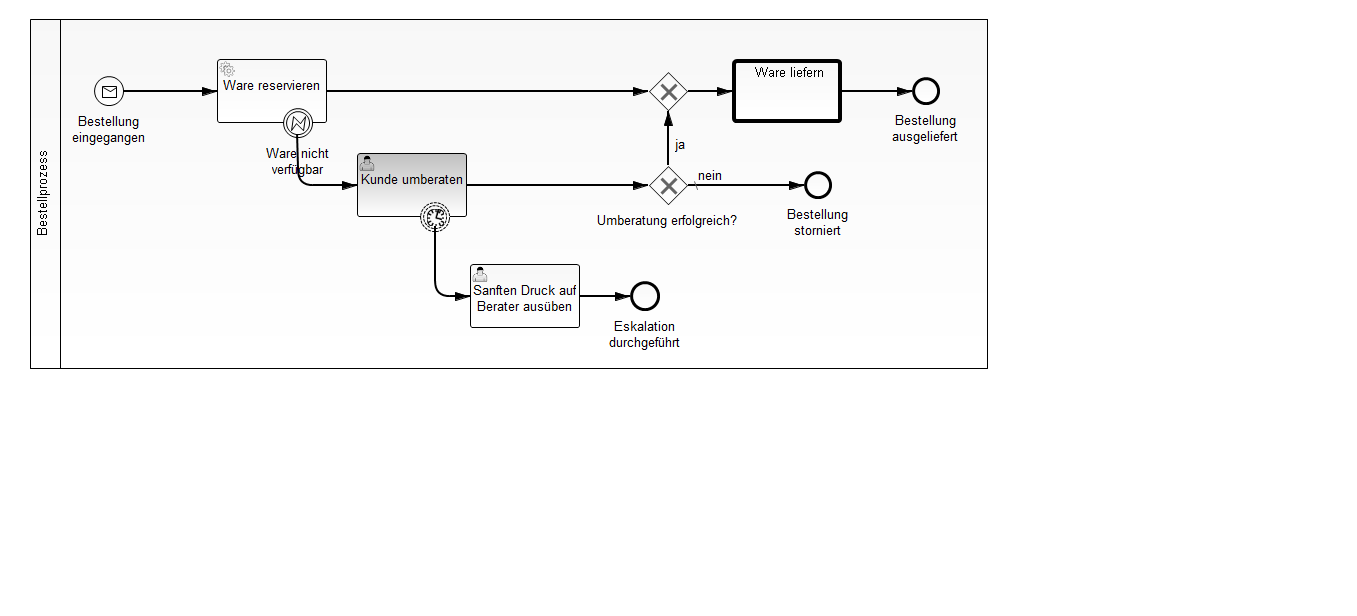
camunda-consulting/camunda-7-code-examples keeps this BPMN diagram as bestellprozess-java-ee6/src/main/resources/Bestellprozess.png. Above is the earlier version. Its source is kept beside it as bestellprozess-java-ee6/src/main/resources/Bestellprozess.bpmn. Ids are renumbered.
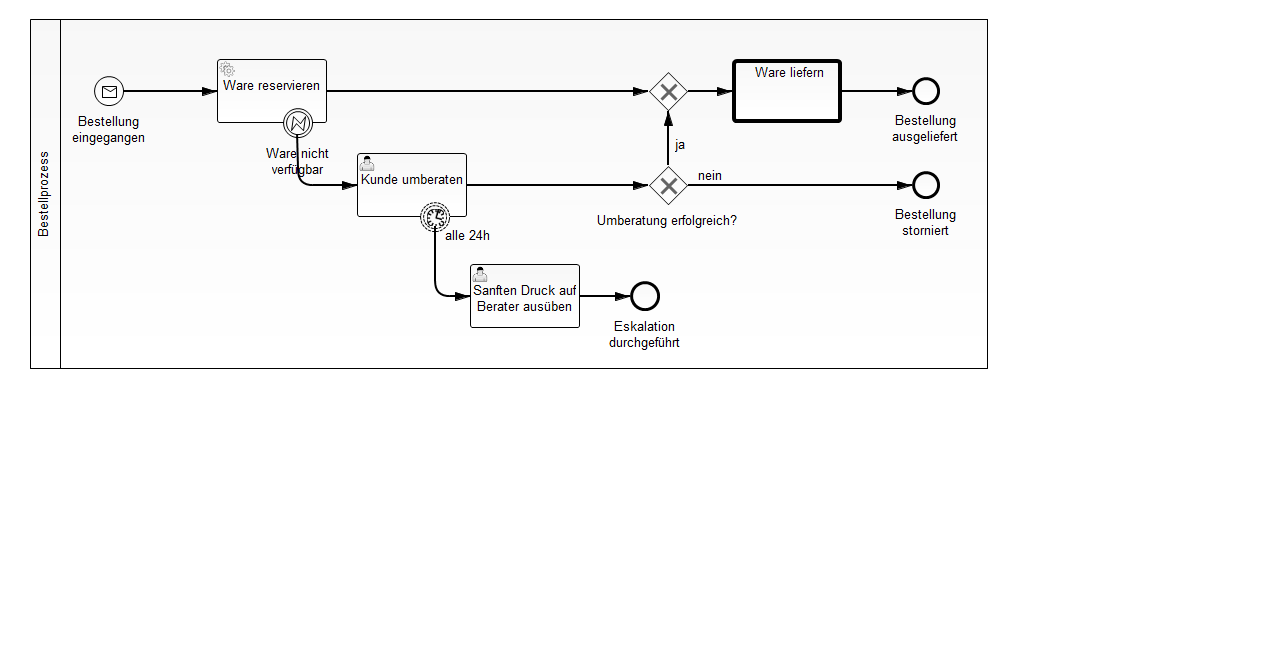
The same file after the commit.

What changed in the source:
```diff
@@ -18,9 +18,9 @@
         <flowNodeRef>usertask-eskalation</flowNodeRef>
         <flowNodeRef>EndEvent_1</flowNodeRef>
         <flowNodeRef>ExclusiveGateway_2</flowNodeRef>
-        <flowNodeRef>auftrag-storniert</flowNodeRef>
         <flowNodeRef>ExclusiveGateway_1</flowNodeRef>
         <flowNodeRef>CallActivity_1</flowNodeRef>
+        <flowNodeRef>auftrag-storniert</flowNodeRef>
       </lane>
     </laneSet>
     <serviceTask id="ServiceTask_2" activiti:expression="#{orderService.reserveGoods()}" name="Ware reservieren" implementation="webService">
@@ -46,7 +46,7 @@
     </startEvent>
     <sequenceFlow id="SequenceFlow_4" isImmediate="true" sourceRef="StartEvent_1" targetRef="ServiceTask_2"/>
     <sequenceFlow id="SequenceFlow_1" name="" sourceRef="ServiceTask_2" targetRef="ExclusiveGateway_1"/>
-    <boundaryEvent id="BoundaryEvent_2" name="" attachedToRef="kunde-umberaten" cancelActivity="false">
+    <boundaryEvent id="BoundaryEvent_2" name="alle 24h" attachedToRef="kunde-umberaten" cancelActivity="false">
       <outgoing>SequenceFlow_3</outgoing>
       <timerEventDefinition id="TimerEventDefinition_1">
         <timeDuration xsi:type="tFormalExpression">PT10S</timeDuration>
@@ -61,18 +61,17 @@
       <incoming>SequenceFlow_5</incoming>
     </endEvent>
     <sequenceFlow id="SequenceFlow_5" sourceRef="usertask-eskalation" targetRef="EndEvent_1"/>
-    <exclusiveGateway id="ExclusiveGateway_2" name="Umberatung erfolgreich?" gatewayDirection="Diverging" default="SequenceFlow_12">
+    <exclusiveGateway id="ExclusiveGateway_2" name="Umberatung erfolgreich?" gatewayDirection="Diverging">
       <incoming>SequenceFlow_6</incoming>
       <outgoing>SequenceFlow_12</outgoing>
       <outgoing>SequenceFlow_14</outgoing>
     </exclusiveGateway>
-    <sequenceFlow id="SequenceFlow_12" name="nein" isImmediate="true" sourceRef="ExclusiveGateway_2" targetRef="auftrag-storniert"/>
+    <sequenceFlow id="SequenceFlow_12" name="nein" isImmediate="true" sourceRef="ExclusiveGateway_2" targetRef="auftrag-storniert">
+      <conditionExpression xsi:type="tFormalExpression">#{umberatung!='erfolgreich'}</conditionExpression>
+    </sequenceFlow>
     <sequenceFlow id="SequenceFlow_14" name="ja" isImmediate="true" sourceRef="ExclusiveGateway_2" targetRef="ExclusiveGateway_1">
       <conditionExpression xsi:type="tFormalExpression" id="FormalExpression_1">#{umberatung=='erfolgreich'}</conditionExpression>
     </sequenceFlow>
-    <endEvent id="auftrag-storniert" name="Bestellung&#xA;storniert">
-      <incoming>SequenceFlow_12</incoming>
-    </endEvent>
     <exclusiveGateway id="ExclusiveGateway_1">
       <incoming>SequenceFlow_1</incoming>
       <incoming>SequenceFlow_14</incoming>
@@ -84,6 +83,9 @@
       <outgoing>SequenceFlow_2</outgoing>
     </callActivity>
     <sequenceFlow id="SequenceFlow_2" name="" sourceRef="CallActivity_1" targetRef="auftrag-geliefert"/>
+    <endEvent id="auftrag-storniert" name="Bestellung&#xA;storniert">
+      <incoming>SequenceFlow_12</incoming>
+    </endEvent>
   </process>
   <message id="Message_1" name="OrderReceiveMessage"/>
   <bpmndi:BPMNDiagram id="sid-a1432eb3-df50-41e5-aef7-65f828b800be">
@@ -113,9 +115,9 @@
         </bpmndi:BPMNLabel>
       </bpmndi:BPMNShape>
       <bpmndi:BPMNShape id="EndEvent_2_gui" bpmnElement="auftrag-storniert">
-        <omgdc:Bounds height="28.0" width="28.0" x="804.0" y="171.0"/>
+        <omgdc:Bounds height="28.0" width="28.0" x="912.0" y="171.0"/>
         <bpmndi:BPMNLabel>
-          <omgdc:Bounds height="38.0" width="67.0" x="785.0" y="204.0"/>
+          <omgdc:Bounds height="38.0" width="67.0" x="893.0" y="204.0"/>
         </bpmndi:BPMNLabel>
       </bpmndi:BPMNShape>
       <bpmndi:BPMNShape id="EndEvent_3_gui" bpmnElement="auftrag-geliefert">
@@ -131,7 +133,7 @@
       </bpmndi:BPMNEdge>
       <bpmndi:BPMNEdge id="SequenceFlow_12_gui" bpmnElement="SequenceFlow_12" sourceElement="ExclusiveGateway_2_gui" targetElement="EndEvent_2_gui">
         <omgdi:waypoint xsi:type="omgdc:Point" x="688.0" y="185.0"/>
-        <omgdi:waypoint xsi:type="omgdc:Point" x="804.0" y="185.0"/>
+        <omgdi:waypoint xsi:type="omgdc:Point" x="912.0" y="185.0"/>
         <bpmndi:BPMNLabel>
           <omgdc:Bounds height="22.0" width="30.0" x="696.0" y="165.0"/>
         </bpmndi:BPMNLabel>
@@ -170,6 +172,9 @@
       </bpmndi:BPMNEdge>
       <bpmndi:BPMNShape id="_BPMNShape_BoundaryEvent_10" bpmnElement="BoundaryEvent_2">
         <omgdc:Bounds height="30.0" width="30.0" x="420.0" y="202.0"/>
+        <bpmndi:BPMNLabel>
+          <omgdc:Bounds height="22.0" width="51.0" x="443.0" y="225.0"/>
+        </bpmndi:BPMNLabel>
       </bpmndi:BPMNShape>
       <bpmndi:BPMNShape id="_BPMNShape_UserTask_11" bpmnElement="usertask-eskalation">
         <omgdc:Bounds height="64.0" width="110.0" x="470.0" y="264.0"/>
```
